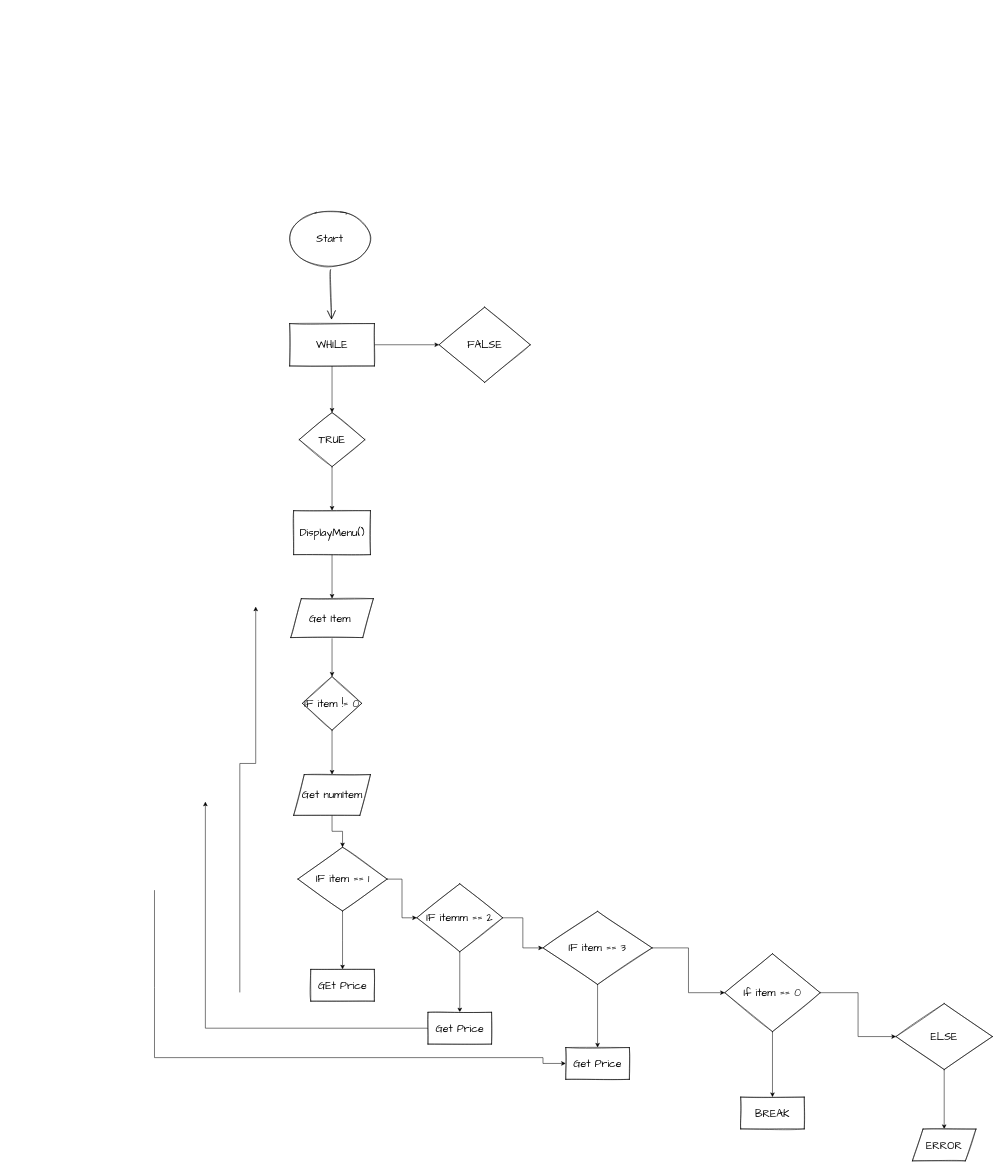
This is Untitled Diagram.drawio from don1997/CSCI1010-Project-1-Fast-Food-Checkout, a draw.io file, before an edit. Source tidied: cells renumbered, new cells numbered last; positions are measured from the earlier drawing's top-left corner, leaving out a move shared by most shapes. Both pictures are drawn from the tidied source at 53%, with x=0, y=0 at pixel (154, 212).
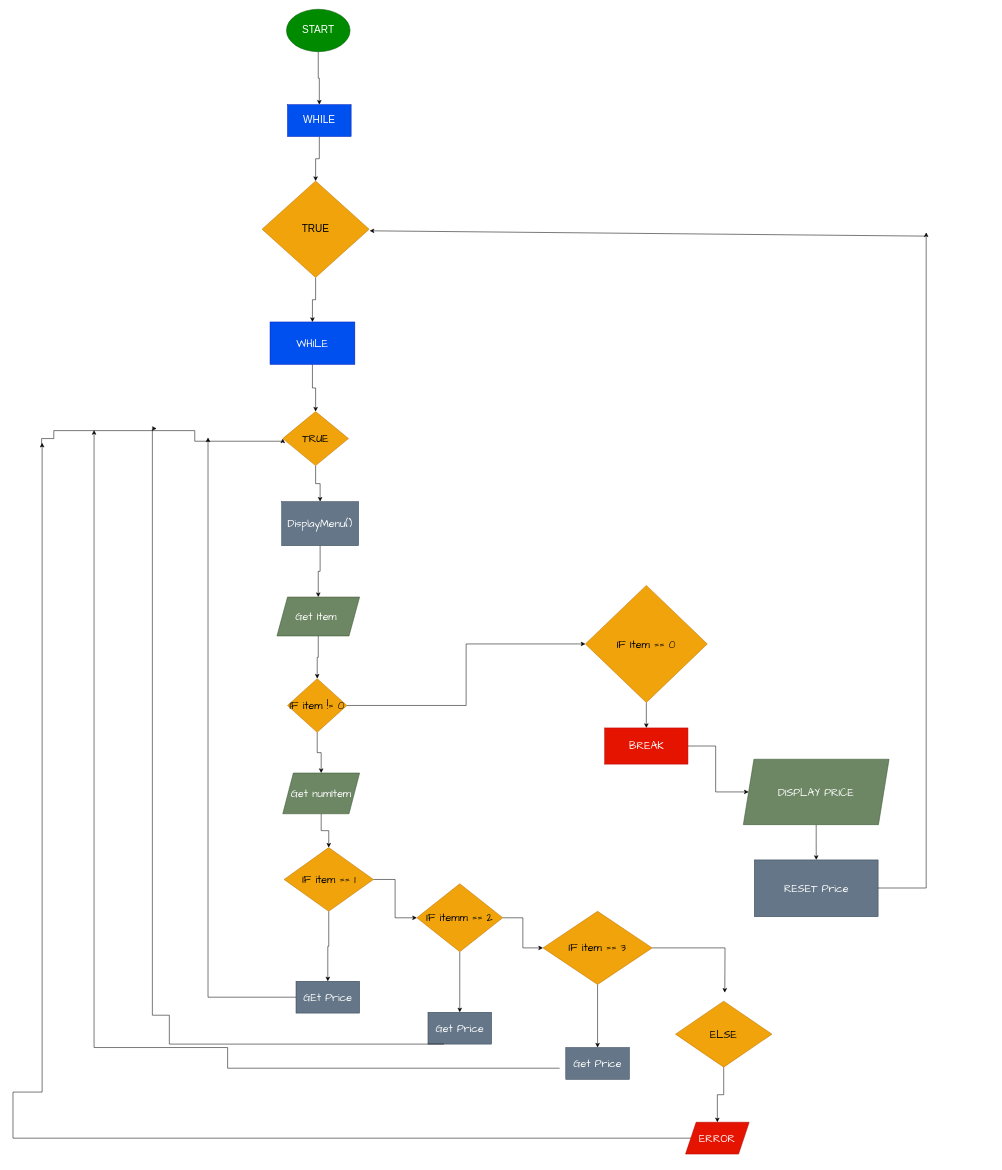
Above is the later version.

Diff of the diagram source:
```diff
@@
-    <mxCell id="2" style="edgeStyle=none;curved=1;rounded=0;sketch=1;hachureGap=4;jettySize=auto;html=1;fontFamily=Architects Daughter;fontSize=16;endArrow=open;startSize=14;endSize=14;sourcePerimeterSpacing=8;targetPerimeterSpacing=8;" parent="1" edge="1" source="3" target="6">
-      <mxGeometry relative="1" as="geometry" />
-    </mxCell>
-    <mxCell id="3" value="Start" style="ellipse;whiteSpace=wrap;html=1;sketch=1;hachureGap=4;fontFamily=Architects Daughter;fontSize=20;" parent="1" vertex="1">
-      <mxGeometry x="251" width="160" height="100" as="geometry" />
-    </mxCell>
-    <mxCell id="4" style="edgeStyle=orthogonalEdgeStyle;rounded=0;jettySize=auto;html=1;" parent="1" edge="1" source="6" target="7">
-      <mxGeometry relative="1" as="geometry" />
-    </mxCell>
@@
-    <mxCell id="6" value="WHILE" style="rounded=0;whiteSpace=wrap;html=1;sketch=1;hachureGap=4;fontFamily=Architects Daughter;fontSize=20;" parent="1" vertex="1">
-      <mxGeometry x="255" y="210" width="160" height="80" as="geometry" />
+    <mxCell id="6" value="WHILE" style="rounded=0;whiteSpace=wrap;html=1;sketch=0;hachureGap=4;fontFamily=Architects Daughter;fontSize=20;fillColor=#0050ef;strokeColor=#001DBC;fontColor=#ffffff;" parent="1" vertex="1">
+      <mxGeometry x="218" y="207" width="160" height="80" as="geometry" />
     </mxCell>
-    <mxCell id="7" value="FALSE" style="rhombus;whiteSpace=wrap;html=1;rounded=0;fontFamily=Architects Daughter;fontSize=20;sketch=1;hachureGap=4;" parent="1" vertex="1">
-      <mxGeometry x="537" y="179" width="172" height="142" as="geometry" />
-    </mxCell>
@@
+    <mxCell id="40" style="edgeStyle=orthogonalEdgeStyle;rounded=0;jettySize=auto;html=1;fontSize=19;entryX=0;entryY=0.5;entryDx=0;entryDy=0;" parent="1" edge="1" target="9">
+      <mxGeometry relative="1" as="geometry">
+        <mxPoint x="-213" y="440" as="sourcePoint" />
+        <Array as="points">
+          <mxPoint x="-213" y="440" />
+          <mxPoint x="-213" y="427" />
+          <mxPoint x="-190" y="427" />
+          <mxPoint x="-190" y="412" />
+          <mxPoint x="76" y="412" />
+          <mxPoint x="76" y="432" />
+          <mxPoint x="242" y="432" />
+        </Array>
+      </mxGeometry>
+    </mxCell>
-    <mxCell id="9" value="TRUE" style="rhombus;whiteSpace=wrap;html=1;rounded=0;fontFamily=Architects Daughter;fontSize=20;sketch=1;hachureGap=4;" parent="1" vertex="1">
-      <mxGeometry x="273" y="378" width="124" height="102" as="geometry" />
+    <mxCell id="9" value="TRUE" style="rhombus;whiteSpace=wrap;html=1;rounded=0;fontFamily=Architects Daughter;fontSize=20;sketch=0;hachureGap=4;fillColor=#f0a30a;strokeColor=#BD7000;fontColor=#000000;" parent="1" vertex="1">
+      <mxGeometry x="242" y="376" width="124" height="102" as="geometry" />
     </mxCell>
@@
-    <mxCell id="11" value="DisplayMenu()" style="whiteSpace=wrap;html=1;rounded=0;fontFamily=Architects Daughter;fontSize=20;sketch=1;hachureGap=4;" parent="1" vertex="1">
-      <mxGeometry x="262.5" y="563" width="145" height="83" as="geometry" />
+    <mxCell id="11" value="DisplayMenu()" style="whiteSpace=wrap;html=1;rounded=0;fontFamily=Architects Daughter;fontSize=20;sketch=0;hachureGap=4;fillColor=#647687;fontColor=#ffffff;strokeColor=#314354;" parent="1" vertex="1">
+      <mxGeometry x="240" y="546" width="145" height="83" as="geometry" />
     </mxCell>
@@
-    <mxCell id="13" value="Get Item&amp;nbsp;" style="shape=parallelogram;perimeter=parallelogramPerimeter;whiteSpace=wrap;html=1;fixedSize=1;rounded=0;fontFamily=Architects Daughter;fontSize=20;sketch=1;hachureGap=4;" parent="1" vertex="1">
-      <mxGeometry x="257" y="729" width="156" height="73.5" as="geometry" />
+    <mxCell id="13" value="Get Item&amp;nbsp;" style="shape=parallelogram;perimeter=parallelogramPerimeter;whiteSpace=wrap;html=1;fixedSize=1;rounded=0;fontFamily=Architects Daughter;fontSize=20;sketch=0;hachureGap=4;fillColor=#6d8764;fontColor=#ffffff;strokeColor=#3A5431;" parent="1" vertex="1">
+      <mxGeometry x="231" y="726" width="156" height="73.5" as="geometry" />
     </mxCell>
@@
+    <mxCell id="41" style="edgeStyle=orthogonalEdgeStyle;rounded=0;jettySize=auto;html=1;" parent="1" edge="1" source="15" target="43">
+      <mxGeometry relative="1" as="geometry" />
+    </mxCell>
-    <mxCell id="15" value="IF item != 0" style="rhombus;whiteSpace=wrap;html=1;rounded=0;fontFamily=Architects Daughter;fontSize=20;sketch=1;hachureGap=4;" parent="1" vertex="1">
-      <mxGeometry x="279" y="876" width="112" height="101.2" as="geometry" />
+    <mxCell id="15" value="IF item != 0" style="rhombus;whiteSpace=wrap;html=1;rounded=0;fontFamily=Architects Daughter;fontSize=20;sketch=0;hachureGap=4;fillColor=#f0a30a;fontColor=#000000;strokeColor=#BD7000;" parent="1" vertex="1">
+      <mxGeometry x="251" y="880" width="112" height="101.2" as="geometry" />
     </mxCell>
@@
-    <mxCell id="17" value="Get numItem" style="shape=parallelogram;perimeter=parallelogramPerimeter;whiteSpace=wrap;html=1;fixedSize=1;rounded=0;fontFamily=Architects Daughter;fontSize=20;sketch=1;hachureGap=4;" parent="1" vertex="1">
-      <mxGeometry x="262.5" y="1061" width="145" height="76.9" as="geometry" />
+    <mxCell id="17" value="Get numItem" style="shape=parallelogram;perimeter=parallelogramPerimeter;whiteSpace=wrap;html=1;fixedSize=1;rounded=0;fontFamily=Architects Daughter;fontSize=20;sketch=0;hachureGap=4;fillColor=#6d8764;fontColor=#ffffff;strokeColor=#3A5431;" parent="1" vertex="1">
+      <mxGeometry x="242" y="1058" width="145" height="76.9" as="geometry" />
     </mxCell>
@@
-    <mxCell id="20" value="IF item == 1" style="rhombus;whiteSpace=wrap;html=1;rounded=0;fontFamily=Architects Daughter;fontSize=20;sketch=1;hachureGap=4;" parent="1" vertex="1">
-      <mxGeometry x="270.5" y="1198" width="168.5" height="120.3" as="geometry" />
+    <mxCell id="20" value="IF item == 1" style="rhombus;whiteSpace=wrap;html=1;rounded=0;fontFamily=Architects Daughter;fontSize=20;sketch=0;hachureGap=4;fillColor=#f0a30a;fontColor=#000000;strokeColor=#BD7000;" parent="1" vertex="1">
+      <mxGeometry x="244.5" y="1198.7" width="168.5" height="120.3" as="geometry" />
     </mxCell>
@@
-    <mxCell id="23" value="IF itemm == 2" style="rhombus;whiteSpace=wrap;html=1;rounded=0;fontFamily=Architects Daughter;fontSize=20;sketch=1;hachureGap=4;" parent="1" vertex="1">
+    <mxCell id="23" value="IF itemm == 2" style="rhombus;whiteSpace=wrap;html=1;rounded=0;fontFamily=Architects Daughter;fontSize=20;sketch=0;hachureGap=4;fillColor=#f0a30a;fontColor=#000000;strokeColor=#BD7000;" parent="1" vertex="1">
       <mxGeometry x="495" y="1267" width="162" height="128.3" as="geometry" />
     </mxCell>
@@
-    <mxCell id="25" style="edgeStyle=orthogonalEdgeStyle;rounded=0;jettySize=auto;html=1;" parent="1" edge="1" source="26" target="32">
-      <mxGeometry relative="1" as="geometry" />
+    <mxCell id="25" style="edgeStyle=orthogonalEdgeStyle;rounded=0;jettySize=auto;html=1;" parent="1" edge="1" source="26">
+      <mxGeometry relative="1" as="geometry">
+        <mxPoint x="1076" y="1472.5" as="targetPoint" />
+      </mxGeometry>
     </mxCell>
-    <mxCell id="26" value="IF item == 3" style="rhombus;whiteSpace=wrap;html=1;rounded=0;fontFamily=Architects Daughter;fontSize=20;sketch=1;hachureGap=4;" parent="1" vertex="1">
+    <mxCell id="26" value="IF item == 3" style="rhombus;whiteSpace=wrap;html=1;rounded=0;fontFamily=Architects Daughter;fontSize=20;sketch=0;hachureGap=4;fillColor=#f0a30a;fontColor=#000000;strokeColor=#BD7000;" parent="1" vertex="1">
       <mxGeometry x="733" y="1319" width="206" height="138" as="geometry" />
     </mxCell>
-    <mxCell id="27" value="GEt Price" style="whiteSpace=wrap;html=1;rounded=0;fontFamily=Architects Daughter;fontSize=20;sketch=1;hachureGap=4;" parent="1" vertex="1">
-      <mxGeometry x="294.8" y="1428.5" width="120" height="60" as="geometry" />
+    <mxCell id="27" value="GEt Price" style="whiteSpace=wrap;html=1;rounded=0;fontFamily=Architects Daughter;fontSize=20;sketch=0;hachureGap=4;fillColor=#647687;fontColor=#ffffff;strokeColor=#314354;" parent="1" vertex="1">
+      <mxGeometry x="267" y="1451" width="120" height="60" as="geometry" />
     </mxCell>
-    <mxCell id="28" value="Get Price" style="whiteSpace=wrap;html=1;rounded=0;fontFamily=Architects Daughter;fontSize=20;sketch=1;hachureGap=4;" parent="1" vertex="1">
+    <mxCell id="28" value="Get Price" style="whiteSpace=wrap;html=1;rounded=0;fontFamily=Architects Daughter;fontSize=20;sketch=0;hachureGap=4;fillColor=#647687;fontColor=#ffffff;strokeColor=#314354;" parent="1" vertex="1">
       <mxGeometry x="516" y="1509.5" width="120" height="60" as="geometry" />
     </mxCell>
-    <mxCell id="29" value="Get Price" style="whiteSpace=wrap;html=1;rounded=0;fontFamily=Architects Daughter;fontSize=20;sketch=1;hachureGap=4;" parent="1" vertex="1">
+    <mxCell id="29" value="Get Price" style="whiteSpace=wrap;html=1;rounded=0;fontFamily=Architects Daughter;fontSize=20;sketch=0;hachureGap=4;fillColor=#647687;fontColor=#ffffff;strokeColor=#314354;" parent="1" vertex="1">
       <mxGeometry x="776" y="1576" width="120" height="60" as="geometry" />
     </mxCell>
-    <mxCell id="30" style="edgeStyle=orthogonalEdgeStyle;rounded=0;jettySize=auto;html=1;" parent="1" edge="1" source="32" target="33">
-      <mxGeometry relative="1" as="geometry" />
-    </mxCell>
-    <mxCell id="31" style="edgeStyle=orthogonalEdgeStyle;rounded=0;jettySize=auto;html=1;" parent="1" edge="1" source="32" target="35">
-      <mxGeometry relative="1" as="geometry" />
-    </mxCell>
-    <mxCell id="32" value="If item == 0" style="rhombus;whiteSpace=wrap;html=1;rounded=0;fontFamily=Architects Daughter;fontSize=20;sketch=1;hachureGap=4;" parent="1" vertex="1">
-      <mxGeometry x="1076" y="1399" width="180" height="147" as="geometry" />
-    </mxCell>
-    <mxCell id="33" value="BREAK" style="whiteSpace=wrap;html=1;rounded=0;fontFamily=Architects Daughter;fontSize=20;sketch=1;hachureGap=4;" parent="1" vertex="1">
-      <mxGeometry x="1106" y="1669.5" width="120" height="60" as="geometry" />
-    </mxCell>
@@
-    <mxCell id="35" value="ELSE" style="rhombus;whiteSpace=wrap;html=1;rounded=0;fontFamily=Architects Daughter;fontSize=20;sketch=1;hachureGap=4;" parent="1" vertex="1">
-      <mxGeometry x="1399" y="1493" width="182" height="124.5" as="geometry" />
+    <mxCell id="35" value="ELSE" style="rhombus;whiteSpace=wrap;html=1;rounded=0;fontFamily=Architects Daughter;fontSize=20;sketch=0;hachureGap=4;fillColor=#f0a30a;fontColor=#000000;strokeColor=#BD7000;" parent="1" vertex="1">
+      <mxGeometry x="983" y="1488.5" width="182" height="124.5" as="geometry" />
     </mxCell>
-    <mxCell id="36" value="ERROR" style="shape=parallelogram;perimeter=parallelogramPerimeter;whiteSpace=wrap;html=1;fixedSize=1;rounded=0;fontFamily=Architects Daughter;fontSize=20;sketch=1;hachureGap=4;" parent="1" vertex="1">
-      <mxGeometry x="1430" y="1729.8" width="120" height="60" as="geometry" />
+    <mxCell id="36" value="ERROR" style="shape=parallelogram;perimeter=parallelogramPerimeter;whiteSpace=wrap;html=1;fixedSize=1;rounded=0;fontFamily=Architects Daughter;fontSize=20;sketch=0;hachureGap=4;fillColor=#e51400;fontColor=#ffffff;strokeColor=#B20000;" parent="1" vertex="1">
+      <mxGeometry x="1002" y="1717" width="120" height="60" as="geometry" />
     </mxCell>
-    <mxCell id="37" style="edgeStyle=elbowEdgeStyle;elbow=vertical;endArrow=classic;html=1;rounded=0;" parent="1" edge="1">
-      <mxGeometry relative="1" as="geometry">
-        <mxPoint x="161" y="1472" as="sourcePoint" />
-        <mxPoint x="191" y="744" as="targetPoint" />
-        <Array as="points">
-          <mxPoint x="102" y="1040" />
-        </Array>
-      </mxGeometry>
-    </mxCell>
-    <mxCell id="38" style="edgeStyle=segmentEdgeStyle;endArrow=classic;html=1;rounded=0;" parent="1" edge="1" source="28">
-      <mxGeometry relative="1" as="geometry">
-        <mxPoint x="96" y="1112" as="targetPoint" />
-      </mxGeometry>
-    </mxCell>
-    <mxCell id="39" style="edgeStyle=segmentEdgeStyle;endArrow=classic;html=1;rounded=0;entryX=0;entryY=0.5;entryDx=0;entryDy=0;" parent="1" edge="1" target="29">
-      <mxGeometry relative="1" as="geometry">
-        <mxPoint y="1279" as="sourcePoint" />
-        <Array as="points">
-          <mxPoint y="1463" />
-          <mxPoint y="1595" />
-          <mxPoint x="733" y="1595" />
-          <mxPoint x="733" y="1606" />
-        </Array>
-      </mxGeometry>
-    </mxCell>
+    <mxCell id="42" style="edgeStyle=orthogonalEdgeStyle;rounded=0;jettySize=auto;html=1;" parent="1" edge="1" source="43" target="33">
+      <mxGeometry relative="1" as="geometry" />
+    </mxCell>
+    <mxCell id="43" value="IF Item == 0" style="rhombus;whiteSpace=wrap;html=1;rounded=0;fontFamily=Architects Daughter;fontSize=20;sketch=0;hachureGap=4;fillColor=#f0a30a;fontColor=#000000;strokeColor=#BD7000;" parent="1" vertex="1">
+      <mxGeometry x="813" y="704" width="230" height="221" as="geometry" />
+    </mxCell>
+    <mxCell id="44" style="edgeStyle=orthogonalEdgeStyle;rounded=0;jettySize=auto;html=1;" parent="1" edge="1" source="33" target="46">
+      <mxGeometry relative="1" as="geometry" />
+    </mxCell>
+    <mxCell id="33" value="BREAK" style="whiteSpace=wrap;html=1;rounded=0;fontFamily=Architects Daughter;fontSize=20;sketch=0;hachureGap=4;fillColor=#e51400;fontColor=#ffffff;strokeColor=#B20000;" parent="1" vertex="1">
+      <mxGeometry x="849.5" y="973" width="157" height="68.2" as="geometry" />
+    </mxCell>
+    <mxCell id="45" style="edgeStyle=orthogonalEdgeStyle;rounded=0;jettySize=auto;html=1;fontSize=19;" parent="1" edge="1" source="46" target="53">
+      <mxGeometry relative="1" as="geometry" />
+    </mxCell>
+    <mxCell id="46" value="DISPLAY PRICE" style="shape=parallelogram;perimeter=parallelogramPerimeter;whiteSpace=wrap;html=1;fixedSize=1;rounded=0;fontFamily=Architects Daughter;fontSize=20;sketch=0;hachureGap=4;fillColor=#6d8764;fontColor=#ffffff;strokeColor=#3A5431;" parent="1" vertex="1">
+      <mxGeometry x="1111" y="1032" width="275" height="123.4" as="geometry" />
+    </mxCell>
+    <mxCell id="47" style="edgeStyle=orthogonalEdgeStyle;rounded=0;jettySize=auto;html=1;" parent="1" edge="1" source="48" target="6">
+      <mxGeometry relative="1" as="geometry" />
+    </mxCell>
+    <mxCell id="48" value="&lt;font style=&quot;font-size: 19px&quot;&gt;TRUE&lt;/font&gt;" style="rhombus;whiteSpace=wrap;html=1;fillColor=#f0a30a;fontColor=#000000;strokeColor=#BD7000;" parent="1" vertex="1">
+      <mxGeometry x="203" y="-59" width="202" height="182" as="geometry" />
+    </mxCell>
+    <mxCell id="49" style="edgeStyle=orthogonalEdgeStyle;rounded=0;jettySize=auto;html=1;fontSize=19;" parent="1" edge="1" source="50" target="48">
+      <mxGeometry relative="1" as="geometry" />
+    </mxCell>
+    <mxCell id="50" value="WHILE" style="rounded=0;whiteSpace=wrap;html=1;fontSize=19;fillColor=#0050ef;fontColor=#ffffff;strokeColor=#001DBC;" parent="1" vertex="1">
+      <mxGeometry x="251" y="-203" width="120" height="60" as="geometry" />
+    </mxCell>
+    <mxCell id="51" style="edgeStyle=orthogonalEdgeStyle;rounded=0;jettySize=auto;html=1;fontSize=19;" parent="1" edge="1" source="52" target="50">
+      <mxGeometry relative="1" as="geometry" />
+    </mxCell>
+    <mxCell id="52" value="START" style="ellipse;whiteSpace=wrap;html=1;fontSize=19;fillColor=#008a00;fontColor=#ffffff;strokeColor=#005700;" parent="1" vertex="1">
+      <mxGeometry x="249" y="-383" width="120" height="80" as="geometry" />
+    </mxCell>
+    <mxCell id="53" value="RESET Price" style="whiteSpace=wrap;html=1;rounded=0;fontFamily=Architects Daughter;fontSize=20;sketch=0;hachureGap=4;fillColor=#647687;fontColor=#ffffff;strokeColor=#314354;" parent="1" vertex="1">
+      <mxGeometry x="1131.8" y="1222" width="233.5" height="107.1" as="geometry" />
+    </mxCell>
+    <mxCell id="54" style="edgeStyle=segmentEdgeStyle;endArrow=classic;html=1;rounded=0;fontSize=19;" parent="1" edge="1">
+      <mxGeometry relative="1" as="geometry">
+        <mxPoint x="1365.2" y="1275" as="sourcePoint" />
+        <mxPoint x="1456" y="38" as="targetPoint" />
+      </mxGeometry>
+    </mxCell>
+    <mxCell id="55" style="endArrow=classic;html=1;rounded=0;fontSize=19;" parent="1" edge="1">
+      <mxGeometry relative="1" as="geometry">
+        <mxPoint x="1454" y="45" as="sourcePoint" />
+        <mxPoint x="406" y="35" as="targetPoint" />
+      </mxGeometry>
+    </mxCell>
+    <mxCell id="56" style="edgeStyle=segmentEdgeStyle;endArrow=classic;html=1;rounded=0;fontSize=19;exitX=0;exitY=0.5;exitDx=0;exitDy=0;" parent="1" edge="1" source="27">
+      <mxGeometry relative="1" as="geometry">
+        <mxPoint x="101" y="425" as="targetPoint" />
+      </mxGeometry>
+    </mxCell>
+    <mxCell id="57" style="edgeStyle=segmentEdgeStyle;endArrow=classic;html=1;rounded=0;fontSize=19;exitX=0.25;exitY=1;exitDx=0;exitDy=0;" parent="1" edge="1" source="28">
+      <mxGeometry relative="1" as="geometry">
+        <mxPoint x="4" y="408" as="targetPoint" />
+        <Array as="points">
+          <mxPoint x="28" y="1570" />
+          <mxPoint x="28" y="1515" />
+          <mxPoint x="-4" y="1515" />
+        </Array>
+      </mxGeometry>
+    </mxCell>
+    <mxCell id="58" style="edgeStyle=segmentEdgeStyle;endArrow=classic;html=1;rounded=0;fontSize=19;exitX=-0.097;exitY=0.65;exitDx=0;exitDy=0;exitPerimeter=0;" parent="1" edge="1" source="29">
+      <mxGeometry relative="1" as="geometry">
+        <mxPoint x="-114" y="411" as="targetPoint" />
+        <Array as="points">
+          <mxPoint x="138" y="1615" />
+          <mxPoint x="138" y="1576" />
+        </Array>
+      </mxGeometry>
+    </mxCell>
+    <mxCell id="59" style="edgeStyle=segmentEdgeStyle;endArrow=classic;html=1;rounded=0;fontSize=19;exitX=0;exitY=0.5;exitDx=0;exitDy=0;" parent="1" edge="1" source="36">
+      <mxGeometry relative="1" as="geometry">
+        <mxPoint x="-212" y="435" as="targetPoint" />
+        <Array as="points">
+          <mxPoint x="-267" y="1747" />
+          <mxPoint x="-267" y="1660" />
+        </Array>
+      </mxGeometry>
+    </mxCell>
```
